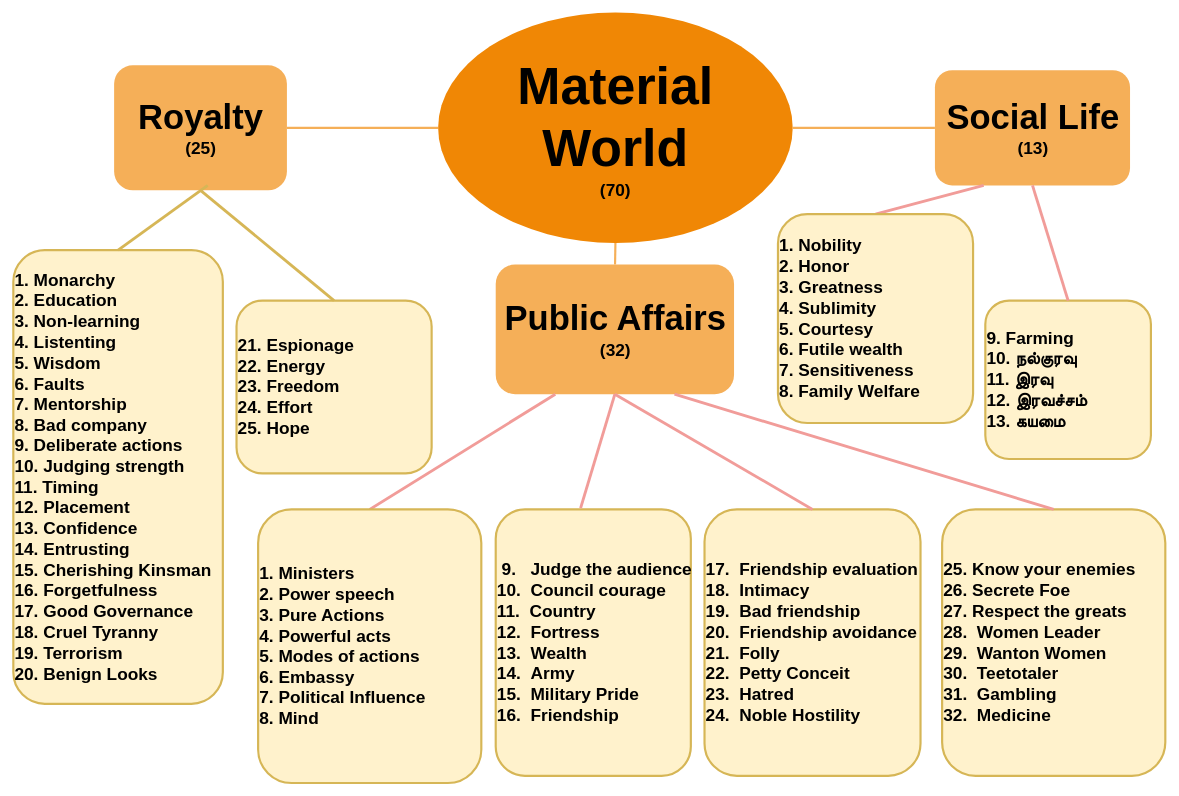
This is page "sec2-english" (7 of 8) of kural-version1.drawio from prabasiva/thirukural, a draw.io file, before an edit. Source tidied: cells renumbered, new cells numbered last; positions are measured from the earlier drawing's top-left corner, leaving out a move shared by most shapes. Both pictures are drawn from the tidied source at 72%, with x=0, y=0 at pixel (13, 12).
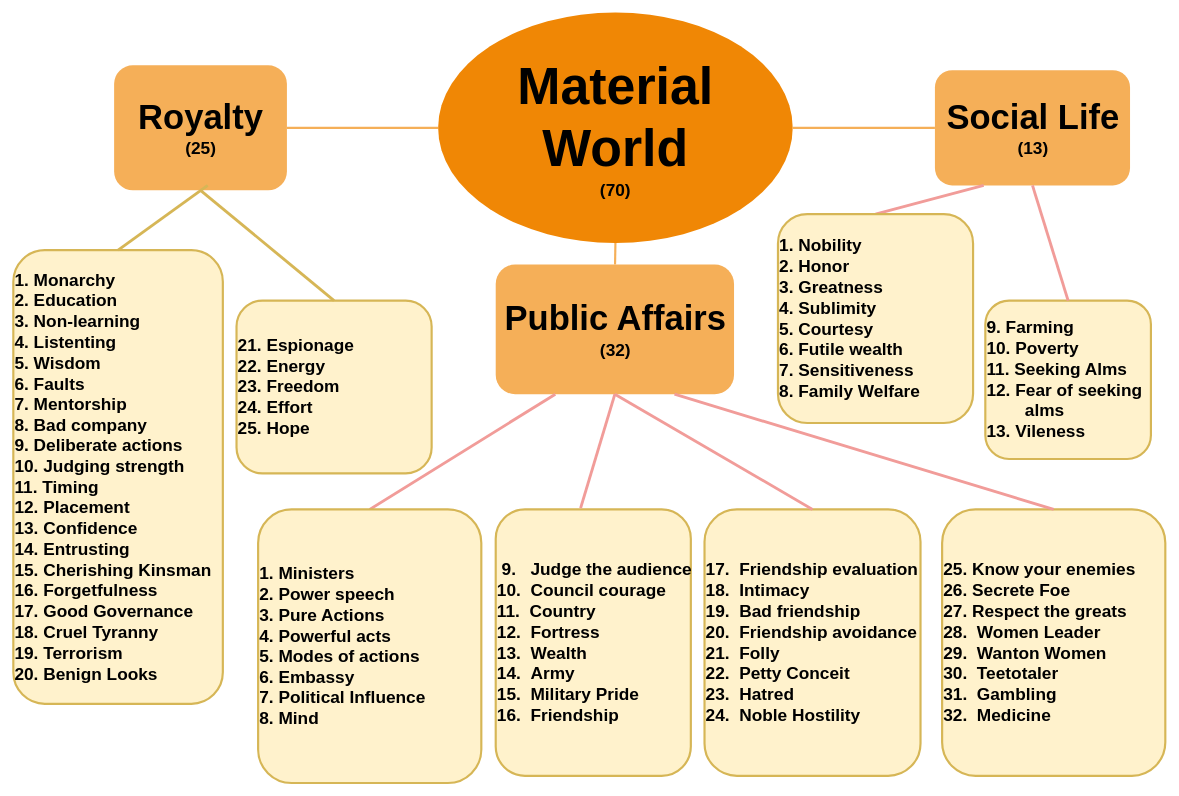
Above is the later version.

Diff of the diagram source:
```diff
@@
-    <mxCell id="12" value="&lt;b style=&quot;font-family: &amp;#34;helvetica&amp;#34;&quot;&gt;&lt;font style=&quot;font-size: 24px&quot;&gt;9. Farming&lt;br&gt;10. நல்குரவு&lt;br&gt;11. இரவு&lt;br&gt;12. இரவச்சம்&lt;br&gt;13. கயமை&lt;br&gt;&lt;/font&gt;&lt;/b&gt;" style="rounded=1;fillColor=#fff2cc;strokeColor=#d6b656;strokeWidth=3;shadow=0;html=1;align=left;" parent="1" vertex="1">
+    <mxCell id="12" value="&lt;b&gt;&lt;font&gt;&lt;font face=&quot;helvetica&quot; size=&quot;5&quot;&gt;9. Farming&lt;/font&gt;&lt;br&gt;&lt;font face=&quot;helvetica&quot; size=&quot;5&quot;&gt;10. Poverty&lt;/font&gt;&lt;br&gt;&lt;font face=&quot;helvetica&quot; size=&quot;5&quot;&gt;11. Seeking Alms&lt;/font&gt;&lt;br&gt;&lt;font face=&quot;helvetica&quot; size=&quot;5&quot;&gt;12. Fear of&amp;nbsp;seeking&lt;br&gt;&amp;nbsp; &amp;nbsp; &amp;nbsp; &amp;nbsp; alms&lt;/font&gt;&lt;br&gt;&lt;font face=&quot;helvetica&quot; size=&quot;5&quot;&gt;13. Vileness&amp;nbsp;&lt;/font&gt;&lt;br&gt;&lt;/font&gt;&lt;/b&gt;" style="rounded=1;fillColor=#fff2cc;strokeColor=#d6b656;strokeWidth=3;shadow=0;html=1;align=left;" parent="1" vertex="1">
       <mxGeometry x="1350" y="400" width="230" height="220" as="geometry" />
     </mxCell>
```
